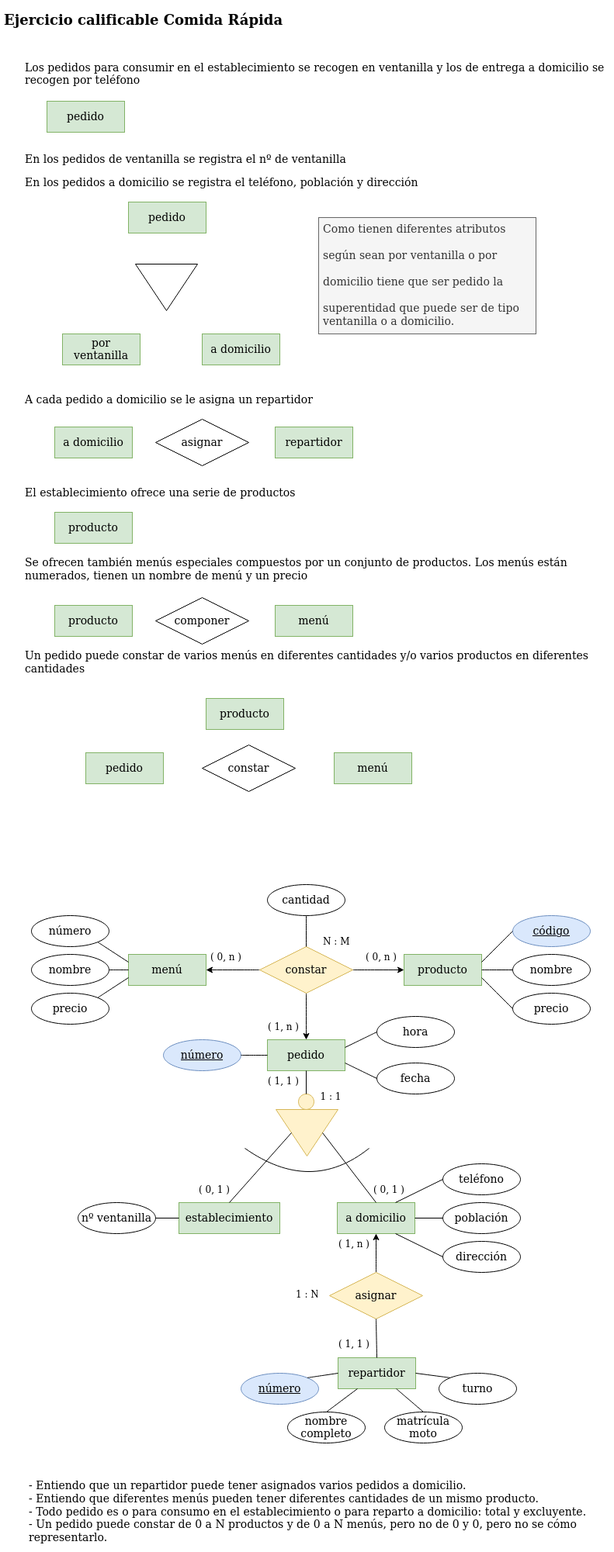
Above: evaluaciones/ejercicio_calificable_comida_rapida.drawio.png in javigh193/bae (draw.io), before the change. Source tidied: cells renumbered, new cells last; positions are measured from the earlier drawing's top-left corner, leaving out a move shared by most shapes.
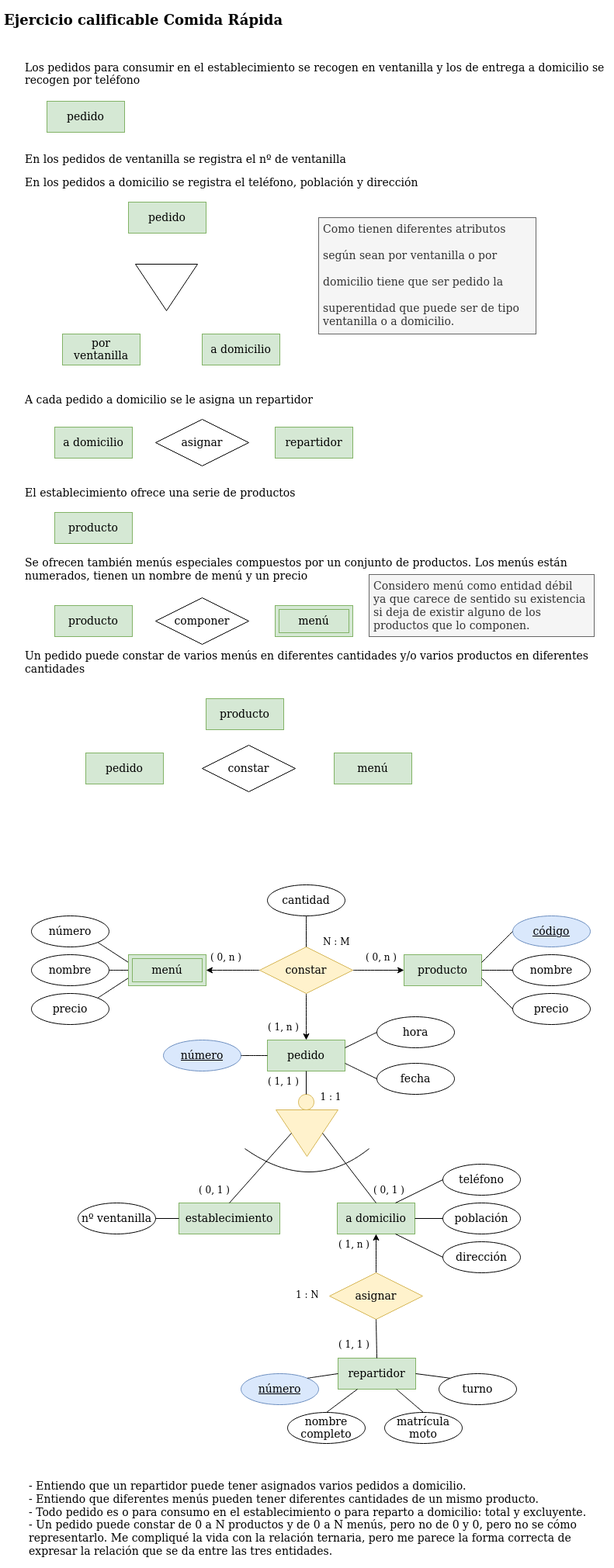
The same diagram one commit later.

What changed in the source:
```diff
@@ -53,9 +53,6 @@
     <mxCell id="18" value="producto" style="whiteSpace=wrap;html=1;align=center;fontFamily=Tahoma;fontSize=14;fillColor=#d5e8d4;strokeColor=#82b366;" parent="1" vertex="1">
       <mxGeometry x="70" y="770" width="100" height="40" as="geometry" />
     </mxCell>
-    <mxCell id="19" value="menú" style="whiteSpace=wrap;html=1;align=center;fontFamily=Tahoma;fontSize=14;fillColor=#d5e8d4;strokeColor=#82b366;" parent="1" vertex="1">
-      <mxGeometry x="354" y="770" width="100" height="40" as="geometry" />
-    </mxCell>
     <mxCell id="20" value="componer" style="shape=rhombus;perimeter=rhombusPerimeter;whiteSpace=wrap;html=1;align=center;fontFamily=Tahoma;fontSize=14;" parent="1" vertex="1">
       <mxGeometry x="200" y="760" width="120" height="60" as="geometry" />
     </mxCell>
@@ -89,8 +86,10 @@
     <mxCell id="30" value="establecimiento" style="whiteSpace=wrap;html=1;align=center;fontFamily=Tahoma;fontSize=14;fillColor=#d5e8d4;strokeColor=#82b366;" parent="1" vertex="1">
       <mxGeometry x="230" y="1540" width="130" height="40" as="geometry" />
     </mxCell>
-    <mxCell id="31" style="edgeStyle=orthogonalEdgeStyle;curved=1;jettySize=auto;html=1;entryX=1;entryY=0.5;entryDx=0;entryDy=0;fontFamily=Tahoma;fontSize=14;" parent="1" edge="1" source="34" target="35">
-      <mxGeometry relative="1" as="geometry" />
+    <mxCell id="31" style="edgeStyle=orthogonalEdgeStyle;curved=1;jettySize=auto;html=1;entryX=1;entryY=0.5;entryDx=0;entryDy=0;fontFamily=Tahoma;fontSize=14;" parent="1" edge="1" source="34">
+      <mxGeometry relative="1" as="geometry">
+        <mxPoint x="265" y="1240" as="targetPoint" />
+      </mxGeometry>
     </mxCell>
     <mxCell id="32" style="edgeStyle=orthogonalEdgeStyle;curved=1;jettySize=auto;html=1;entryX=0;entryY=0.5;entryDx=0;entryDy=0;fontFamily=Tahoma;fontSize=14;" parent="1" edge="1" source="34" target="36">
       <mxGeometry relative="1" as="geometry" />
@@ -101,9 +100,6 @@
     <mxCell id="34" value="constar" style="shape=rhombus;perimeter=rhombusPerimeter;whiteSpace=wrap;html=1;align=center;fontFamily=Tahoma;fontSize=14;fillColor=#fff2cc;strokeColor=#d6b656;" parent="1" vertex="1">
       <mxGeometry x="334" y="1210" width="120" height="60" as="geometry" />
     </mxCell>
-    <mxCell id="35" value="menú" style="whiteSpace=wrap;html=1;align=center;fontFamily=Tahoma;fontSize=14;fillColor=#d5e8d4;strokeColor=#82b366;" parent="1" vertex="1">
-      <mxGeometry x="165" y="1220" width="100" height="40" as="geometry" />
-    </mxCell>
     <mxCell id="36" value="producto" style="whiteSpace=wrap;html=1;align=center;fontFamily=Tahoma;fontSize=14;fillColor=#d5e8d4;strokeColor=#82b366;" parent="1" vertex="1">
       <mxGeometry x="520" y="1220" width="100" height="40" as="geometry" />
     </mxCell>
@@ -214,14 +210,20 @@
     <mxCell id="69" style="endArrow=none;html=1;rounded=0;fontFamily=Tahoma;fontSize=14;curved=1;exitX=0.5;exitY=1;exitDx=0;exitDy=0;entryX=0.5;entryY=0;entryDx=0;entryDy=0;" parent="1" edge="1" source="57" target="34">
       <mxGeometry relative="1" as="geometry" />
     </mxCell>
-    <mxCell id="70" style="endArrow=none;html=1;rounded=0;fontFamily=Tahoma;fontSize=14;curved=1;exitX=1;exitY=1;exitDx=0;exitDy=0;entryX=0;entryY=0.25;entryDx=0;entryDy=0;" parent="1" edge="1" source="92" target="35">
-      <mxGeometry relative="1" as="geometry" />
+    <mxCell id="70" style="endArrow=none;html=1;rounded=0;fontFamily=Tahoma;fontSize=14;curved=1;exitX=1;exitY=1;exitDx=0;exitDy=0;entryX=0;entryY=0.25;entryDx=0;entryDy=0;" parent="1" edge="1" source="92">
+      <mxGeometry relative="1" as="geometry">
+        <mxPoint x="165" y="1230" as="targetPoint" />
+      </mxGeometry>
     </mxCell>
-    <mxCell id="71" style="endArrow=none;html=1;rounded=0;fontFamily=Tahoma;fontSize=14;curved=1;exitX=1;exitY=0.5;exitDx=0;exitDy=0;entryX=0;entryY=0.5;entryDx=0;entryDy=0;" parent="1" edge="1" source="55" target="35">
-      <mxGeometry relative="1" as="geometry" />
+    <mxCell id="71" style="endArrow=none;html=1;rounded=0;fontFamily=Tahoma;fontSize=14;curved=1;exitX=1;exitY=0.5;exitDx=0;exitDy=0;entryX=0;entryY=0.5;entryDx=0;entryDy=0;" parent="1" edge="1" source="55">
+      <mxGeometry relative="1" as="geometry">
+        <mxPoint x="165" y="1240" as="targetPoint" />
+      </mxGeometry>
     </mxCell>
-    <mxCell id="72" style="endArrow=none;html=1;rounded=0;fontFamily=Tahoma;fontSize=14;curved=1;exitX=1;exitY=0;exitDx=0;exitDy=0;entryX=0;entryY=0.75;entryDx=0;entryDy=0;" parent="1" edge="1" source="56" target="35">
-      <mxGeometry relative="1" as="geometry" />
+    <mxCell id="72" style="endArrow=none;html=1;rounded=0;fontFamily=Tahoma;fontSize=14;curved=1;exitX=1;exitY=0;exitDx=0;exitDy=0;entryX=0;entryY=0.75;entryDx=0;entryDy=0;" parent="1" edge="1" source="56">
+      <mxGeometry relative="1" as="geometry">
+        <mxPoint x="165" y="1250" as="targetPoint" />
+      </mxGeometry>
     </mxCell>
     <mxCell id="73" style="endArrow=none;html=1;rounded=0;fontFamily=Tahoma;fontSize=14;curved=1;exitX=0;exitY=0.5;exitDx=0;exitDy=0;" parent="1" edge="1" source="52">
       <mxGeometry relative="1" as="geometry">
@@ -261,8 +263,8 @@
     <mxCell id="84" value="1 : N" style="text;strokeColor=none;fillColor=none;spacingLeft=4;spacingRight=4;overflow=hidden;fontSize=12;fontFamily=Tahoma;" parent="1" vertex="1">
       <mxGeometry x="375" y="1645" width="37.5" height="30" as="geometry" />
     </mxCell>
-    <mxCell id="85" value="&lt;div&gt;- Entiendo que un repartidor puede tener asignados varios pedidos a domicilio.&lt;/div&gt;&lt;div&gt;- Entiendo que diferentes menús pueden tener diferentes cantidades de un mismo producto.&lt;br&gt;&lt;/div&gt;&lt;div&gt;- Todo pedido es o para consumo en el establecimiento o para reparto a domicilio: total y excluyente.&lt;/div&gt;&lt;div&gt;- Un pedido puede constar de 0 a N productos y de 0 a N menús, pero no de 0 y 0, pero no se cómo representarlo. &lt;br&gt;&lt;/div&gt;" style="text;whiteSpace=wrap;html=1;fontSize=14;fontFamily=Tahoma;" parent="1" vertex="1">
-      <mxGeometry x="35" y="1890" width="750" height="100" as="geometry" />
+    <mxCell id="85" value="&lt;div&gt;- Entiendo que un repartidor puede tener asignados varios pedidos a domicilio.&lt;/div&gt;&lt;div&gt;- Entiendo que diferentes menús pueden tener diferentes cantidades de un mismo producto.&lt;br&gt;&lt;/div&gt;&lt;div&gt;- Todo pedido es o para consumo en el establecimiento o para reparto a domicilio: total y excluyente.&lt;/div&gt;&lt;div&gt;- Un pedido puede constar de 0 a N productos y de 0 a N menús, pero no de 0 y 0, pero no se cómo representarlo. Me compliqué la vida con la relación ternaria, pero me parece la forma correcta de expresar la relación que se da entre las tres entidades.&lt;br&gt;&lt;/div&gt;" style="text;whiteSpace=wrap;html=1;fontSize=14;fontFamily=Tahoma;" parent="1" vertex="1">
+      <mxGeometry x="35" y="1890" width="750" height="120" as="geometry" />
     </mxCell>
     <mxCell id="86" value="( 0, n )" style="text;strokeColor=none;fillColor=none;spacingLeft=4;spacingRight=4;overflow=hidden;fontSize=12;fontFamily=Tahoma;" parent="1" vertex="1">
       <mxGeometry x="465" y="1210" width="55" height="30" as="geometry" />
@@ -288,5 +290,14 @@
     <mxCell id="93" value="( 1, n )" style="text;strokeColor=none;fillColor=none;spacingLeft=4;spacingRight=4;overflow=hidden;fontSize=12;fontFamily=Tahoma;" parent="1" vertex="1">
       <mxGeometry x="339" y="1300" width="55" height="30" as="geometry" />
     </mxCell>
+    <mxCell id="94" value="menú" style="shape=ext;margin=3;double=1;whiteSpace=wrap;html=1;align=center;fontFamily=Tahoma;fontSize=14;fillColor=#d5e8d4;strokeColor=#82b366;" parent="1" vertex="1">
+      <mxGeometry x="165" y="1220" width="100" height="40" as="geometry" />
+    </mxCell>
+    <mxCell id="95" value="menú" style="shape=ext;margin=3;double=1;whiteSpace=wrap;html=1;align=center;fontFamily=Tahoma;fontSize=14;fillColor=#d5e8d4;strokeColor=#82b366;" parent="1" vertex="1">
+      <mxGeometry x="354" y="770" width="100" height="40" as="geometry" />
+    </mxCell>
+    <mxCell id="96" value="Considero menú como entidad débil &#10;ya que carece de sentido su existencia&#10;si deja de existir alguno de los &#10;productos que lo componen.&#10;" style="text;strokeColor=#666666;fillColor=#f5f5f5;spacingLeft=4;spacingRight=4;overflow=hidden;fontSize=14;fontFamily=Tahoma;fontColor=#333333;" parent="1" vertex="1">
+      <mxGeometry x="475" y="730" width="290" height="80" as="geometry" />
+    </mxCell>
   </root>
 </mxGraphModel>
```
